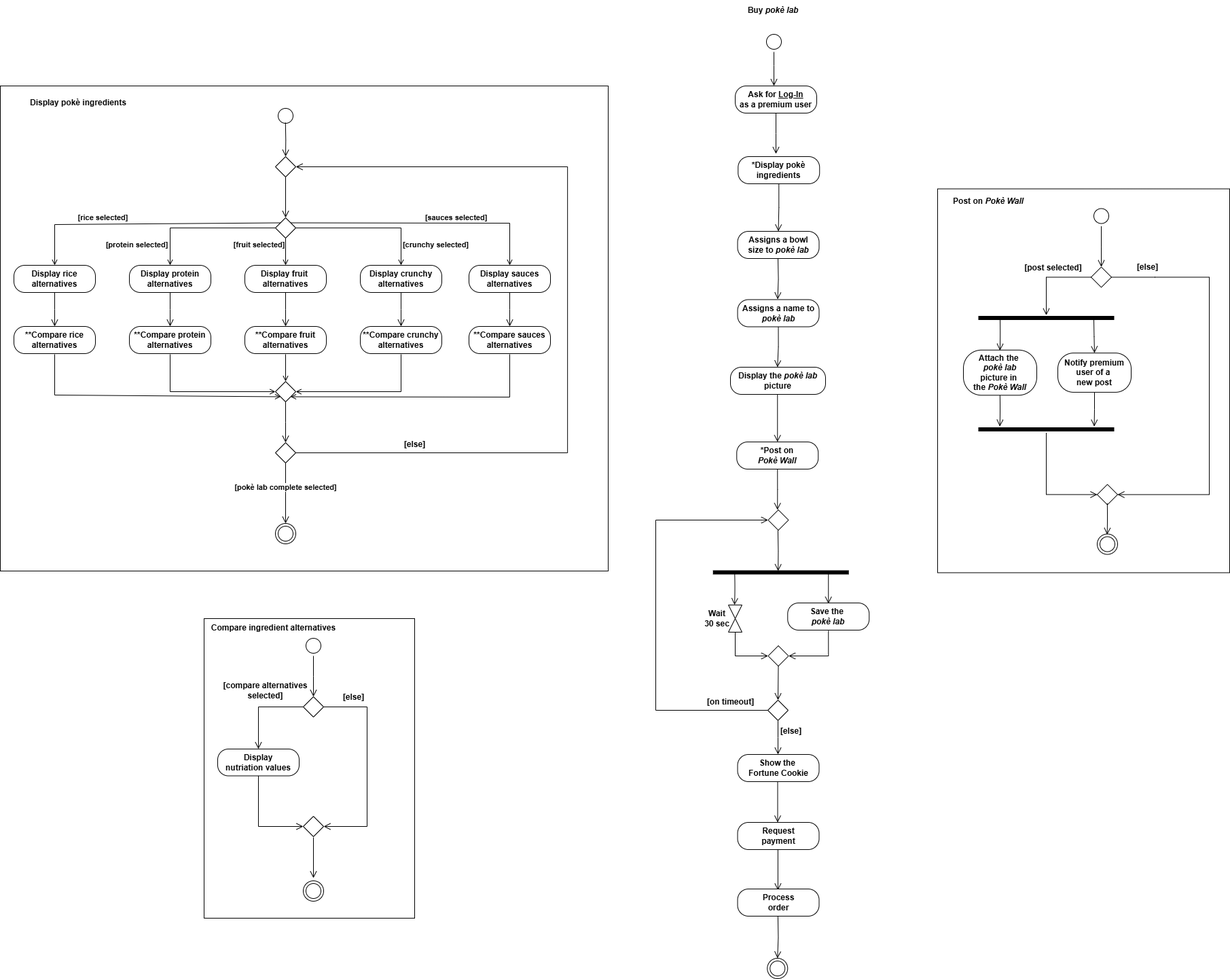
matteopinfildi/YourPoke-ISPWProject keeps this draw.io diagram as diagrams/ActivityDiagram.drawio.png. Above is the earlier version. Source tidied: cells renumbered, new cells last; positions are measured from the earlier drawing's top-left corner, leaving out a move shared by most shapes.
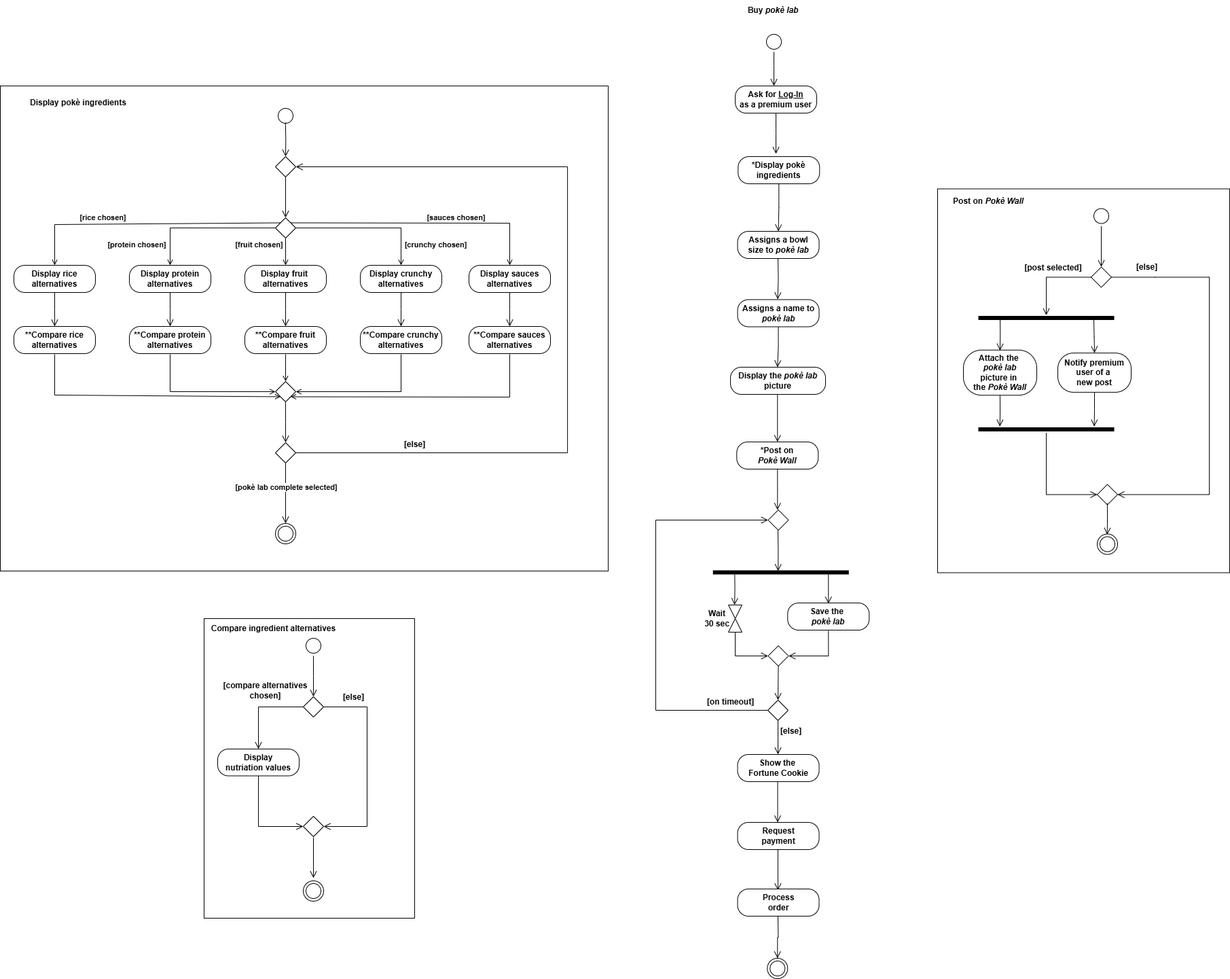
Later version of the same file.

The edit, as a diff of the source:
```diff
@@ -91,27 +91,27 @@
         </Array>
       </mxGeometry>
     </mxCell>
-    <mxCell id="23" value="&lt;b&gt;[rice selected]&lt;/b&gt;" style="edgeLabel;html=1;align=center;verticalAlign=middle;" parent="22" vertex="1">
+    <mxCell id="23" value="&lt;b&gt;[rice chosen]&lt;/b&gt;" style="edgeLabel;html=1;align=center;verticalAlign=middle;" parent="22" vertex="1">
       <mxGeometry x="0.53" y="-2" relative="1" as="geometry">
         <mxPoint x="39" y="-8" as="offset" />
       </mxGeometry>
     </mxCell>
-    <mxCell id="24" value="&lt;b&gt;[protein selected]&lt;/b&gt;" style="edgeLabel;html=1;align=center;verticalAlign=middle;" parent="22" vertex="1">
+    <mxCell id="24" value="&lt;b&gt;[protein&amp;nbsp;&lt;/b&gt;&lt;b&gt;chosen&lt;/b&gt;&lt;b&gt;]&lt;/b&gt;" style="edgeLabel;html=1;align=center;verticalAlign=middle;" parent="22" vertex="1">
       <mxGeometry x="0.53" y="-2" relative="1" as="geometry">
         <mxPoint x="89" y="32" as="offset" />
       </mxGeometry>
     </mxCell>
-    <mxCell id="25" value="&lt;b&gt;[fruit selected]&lt;/b&gt;" style="edgeLabel;html=1;align=center;verticalAlign=middle;" parent="22" vertex="1">
+    <mxCell id="25" value="&lt;b&gt;[fruit&amp;nbsp;&lt;/b&gt;&lt;b&gt;chosen&lt;/b&gt;&lt;b&gt;]&lt;/b&gt;" style="edgeLabel;html=1;align=center;verticalAlign=middle;" parent="22" vertex="1">
       <mxGeometry x="0.53" y="-2" relative="1" as="geometry">
         <mxPoint x="269" y="32" as="offset" />
       </mxGeometry>
     </mxCell>
-    <mxCell id="26" value="&lt;b&gt;[crunchy selected]&lt;/b&gt;" style="edgeLabel;html=1;align=center;verticalAlign=middle;" parent="22" vertex="1">
+    <mxCell id="26" value="&lt;b&gt;[crunchy&amp;nbsp;&lt;/b&gt;&lt;b&gt;chosen&lt;/b&gt;&lt;b&gt;]&lt;/b&gt;" style="edgeLabel;html=1;align=center;verticalAlign=middle;" parent="22" vertex="1">
       <mxGeometry x="0.53" y="-2" relative="1" as="geometry">
         <mxPoint x="529" y="32" as="offset" />
       </mxGeometry>
     </mxCell>
-    <mxCell id="27" value="&lt;b&gt;[sauces selected]&lt;/b&gt;" style="edgeLabel;html=1;align=center;verticalAlign=middle;" parent="22" vertex="1">
+    <mxCell id="27" value="&lt;b&gt;[sauces&amp;nbsp;&lt;/b&gt;&lt;b&gt;chosen&lt;/b&gt;&lt;b&gt;]&lt;/b&gt;" style="edgeLabel;html=1;align=center;verticalAlign=middle;" parent="22" vertex="1">
       <mxGeometry x="0.53" y="-2" relative="1" as="geometry">
         <mxPoint x="559" y="-8" as="offset" />
       </mxGeometry>
@@ -333,7 +333,7 @@
         </Array>
       </mxGeometry>
     </mxCell>
-    <mxCell id="76" value="&lt;b&gt;[compare alternatives&lt;/b&gt;&lt;div&gt;&lt;b&gt;selected]&lt;/b&gt;&lt;/div&gt;" style="edgeStyle=none;curved=0;rounded=0;orthogonalLoop=1;jettySize=auto;html=1;exitX=0;exitY=0.5;exitDx=0;exitDy=0;fontSize=12;startSize=8;endSize=8;labelBackgroundColor=none;fontColor=default;endArrow=open;endFill=0;entryX=0.5;entryY=0;entryDx=0;entryDy=0;" parent="1" edge="1">
+    <mxCell id="76" value="&lt;b&gt;[compare alternatives&lt;/b&gt;&lt;div&gt;&lt;b&gt;chosen]&lt;/b&gt;&lt;/div&gt;" style="edgeStyle=none;curved=0;rounded=0;orthogonalLoop=1;jettySize=auto;html=1;exitX=0;exitY=0.5;exitDx=0;exitDy=0;fontSize=12;startSize=8;endSize=8;labelBackgroundColor=none;fontColor=default;endArrow=open;endFill=0;entryX=0.5;entryY=0;entryDx=0;entryDy=0;" parent="1" edge="1">
       <mxGeometry x="-0.12" y="-24" relative="1" as="geometry">
         <mxPoint x="446" y="1040" as="sourcePoint" />
         <mxPoint x="380" y="1102" as="targetPoint" />
```
